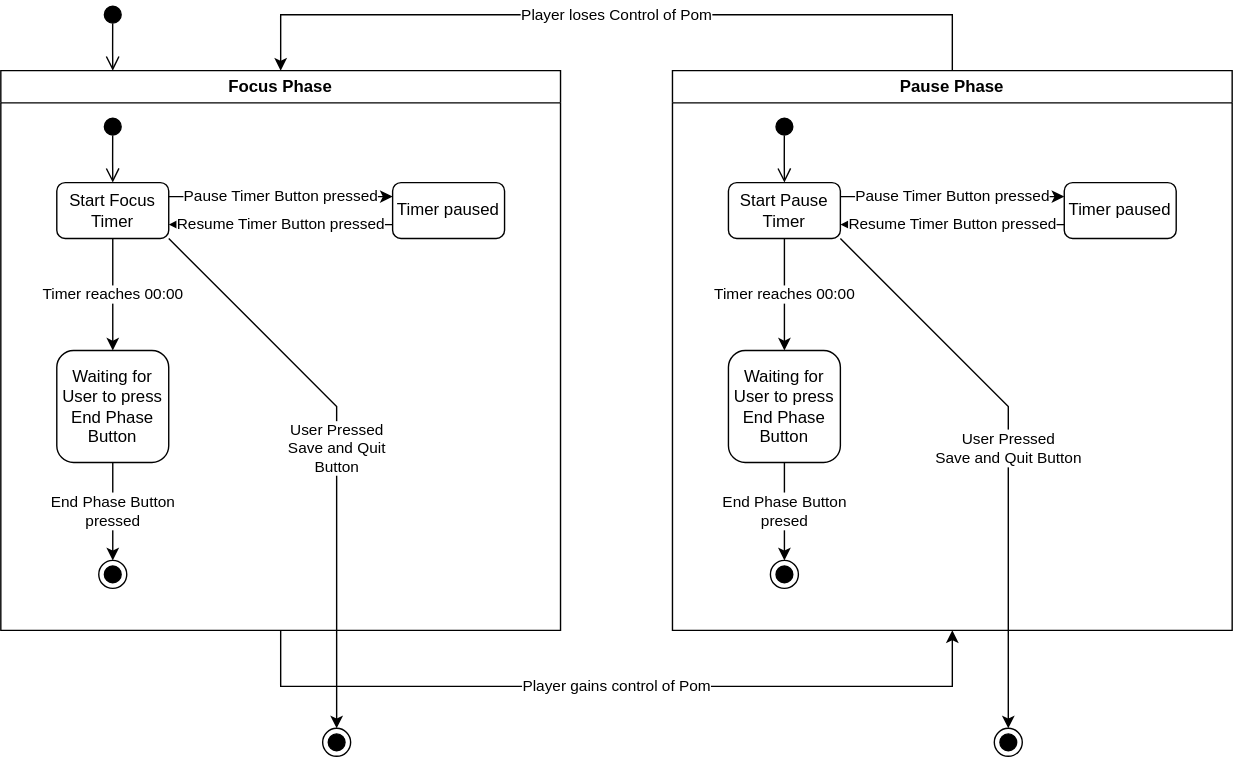
Earlier version of the draw.io export Phases.drawio.svg (JakobKrug/DrawIO). Source tidied: cells renumbered, new cells last; positions are measured from the earlier drawing's top-left corner, leaving out a move shared by most shapes.
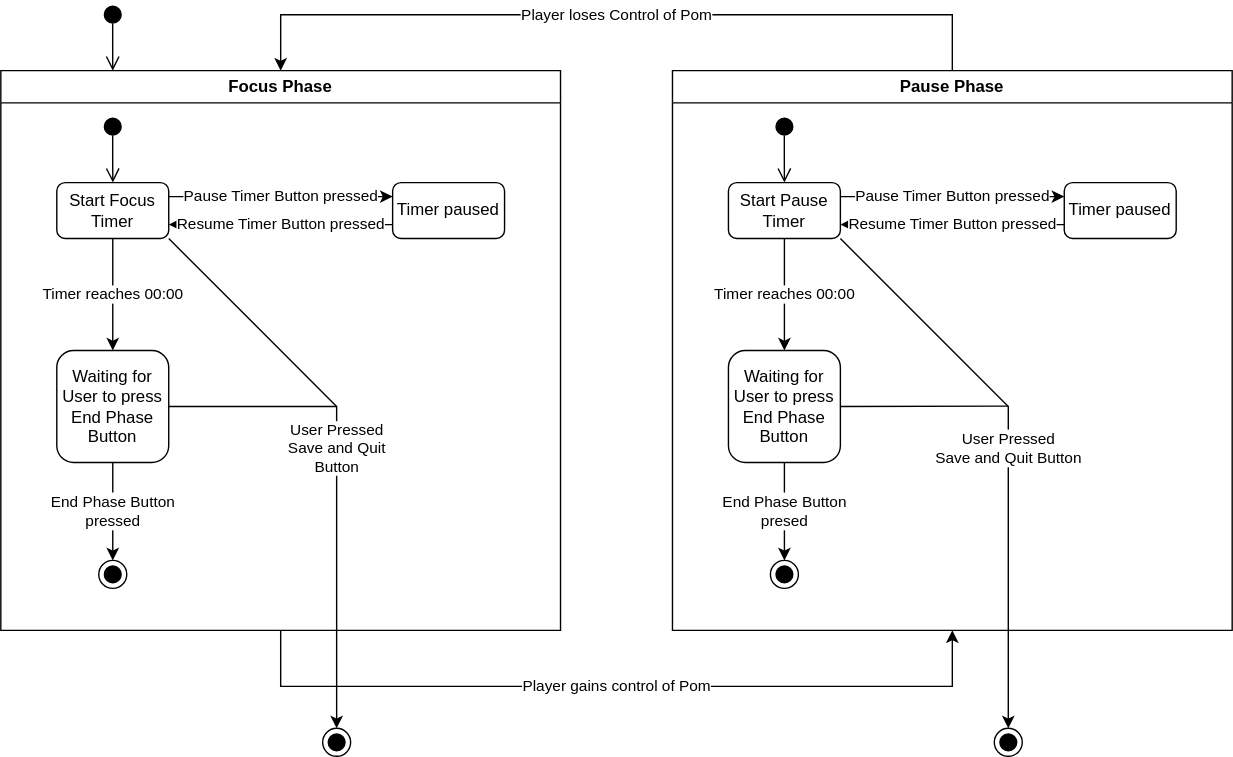
Later version of the same file.

Change to the diagram source:
```diff
@@ -48,6 +48,11 @@
         </Array>
       </mxGeometry>
     </mxCell>
+    <mxCell id="34" style="endArrow=none;html=1;rounded=0;exitX=1;exitY=0.5;exitDx=0;exitDy=0;" parent="2" edge="1" source="5">
+      <mxGeometry relative="1" as="geometry">
+        <mxPoint x="240" y="239.8" as="targetPoint" />
+      </mxGeometry>
+    </mxCell>
     <mxCell id="16" value="Focus Phase" style="swimlane;whiteSpace=wrap;html=1;" parent="1" vertex="1">
       <mxGeometry y="50" width="400" height="400" as="geometry" />
     </mxCell>
@@ -84,6 +89,11 @@
     <mxCell id="27" value="&lt;div&gt;&lt;br&gt;&lt;/div&gt;&lt;div&gt;&lt;br&gt;&lt;/div&gt;" style="edgeLabel;html=1;align=center;verticalAlign=middle;" parent="26" vertex="1">
       <mxGeometry x="-0.1" relative="1" as="geometry" />
     </mxCell>
+    <mxCell id="35" style="endArrow=none;html=1;rounded=0;exitX=1;exitY=0.5;exitDx=0;exitDy=0;" parent="16" edge="1" source="19">
+      <mxGeometry relative="1" as="geometry">
+        <mxPoint x="240" y="240" as="targetPoint" />
+      </mxGeometry>
+    </mxCell>
     <mxCell id="28" value="Player gains control of Pom" style="endArrow=classic;html=1;rounded=0;exitX=0.5;exitY=1;exitDx=0;exitDy=0;entryX=0.5;entryY=1;entryDx=0;entryDy=0;" parent="1" edge="1" source="16" target="2">
       <mxGeometry relative="1" as="geometry">
         <Array as="points">
```
